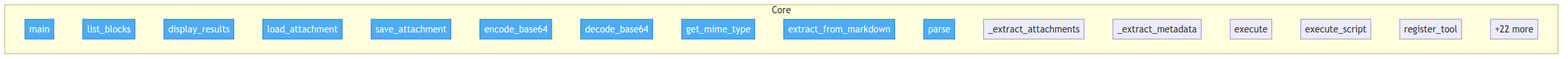
pactown-com/propact keeps this Mermaid diagram as project/flow.png. Above is the earlier version. Its source is kept beside it as project/flow.mmd.
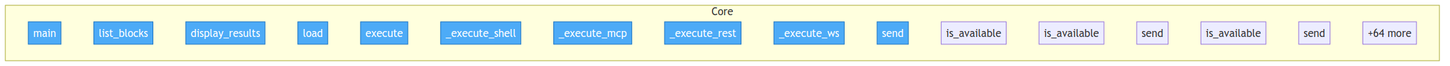
The same diagram one commit later.

Diff of the diagram source:
```diff
@@ -6,19 +6,19 @@
         src__propact__cli__main["main"]
         src__propact__cli__list_blocks["list_blocks"]
         src__propact__cli__display_results["display_results"]
-        src__propact__attachments__AttachmentHandler__load_attachment["load_attachment"]
-        src__propact__attachments__AttachmentHandler__save_attachment["save_attachment"]
-        src__propact__attachments__AttachmentHandler__encode_base64["encode_base64"]
-        src__propact__attachments__AttachmentHandler__decode_base64["decode_base64"]
-        src__propact__attachments__AttachmentHandler__get_mime_type["get_mime_type"]
-        src__propact__attachments__AttachmentHandler__extract_from_markdown["extract_from_markdown"]
-        src__propact__parser__MarkdownParser__parse["parse"]
-        src__propact__parser__MarkdownParser___extract_attachments["_extract_attachments"]
-        src__propact__parser__MarkdownParser___extract_metadata["_extract_metadata"]
-        src__propact__protocols__shell__ShellProtocol__execute["execute"]
-        src__propact__protocols__shell__ShellProtocol__execute_script["execute_script"]
-        src__propact__protocols__mcp__MCPProtocol__register_tool["register_tool"]
-        ...["+22 more"]
+        src__propact__core__ToonPact__load["load"]
+        src__propact__core__ToonPact__execute["execute"]
+        src__propact__core__ToonPact___execute_shell["_execute_shell"]
+        src__propact__core__ToonPact___execute_mcp["_execute_mcp"]
+        src__propact__core__ToonPact___execute_rest["_execute_rest"]
+        src__propact__core__ToonPact___execute_ws["_execute_ws"]
+        src__propact__adapters__BaseProtocolAdapter__send["send"]
+        src__propact__adapters__BaseProtocolAdapter__is_available["is_available"]
+        src__propact__adapters__GRPCAdapter__is_available["is_available"]
+        src__propact__adapters__GRPCAdapter__send["send"]
+        src__propact__adapters__GraphQLAdapter__is_available["is_available"]
+        src__propact__adapters__GraphQLAdapter__send["send"]
+        ...["+64 more"]
     end
 
-    class src__propact__cli__main,src__propact__cli__list_blocks,src__propact__cli__display_results,src__propact__attachments__AttachmentHandler__load_attachment,src__propact__attachments__AttachmentHandler__save_attachment,src__propact__attachments__AttachmentHandler__encode_base64,src__propact__attachments__AttachmentHandler__decode_base64,src__propact__attachments__AttachmentHandler__get_mime_type,src__propact__attachments__AttachmentHandler__extract_from_markdown,src__propact__parser__MarkdownParser__parse entry
+    class src__propact__cli__main,src__propact__cli__list_blocks,src__propact__cli__display_results,src__propact__core__ToonPact__load,src__propact__core__ToonPact__execute,src__propact__core__ToonPact___execute_shell,src__propact__core__ToonPact___execute_mcp,src__propact__core__ToonPact___execute_rest,src__propact__core__ToonPact___execute_ws,src__propact__adapters__BaseProtocolAdapter__send entry
```
